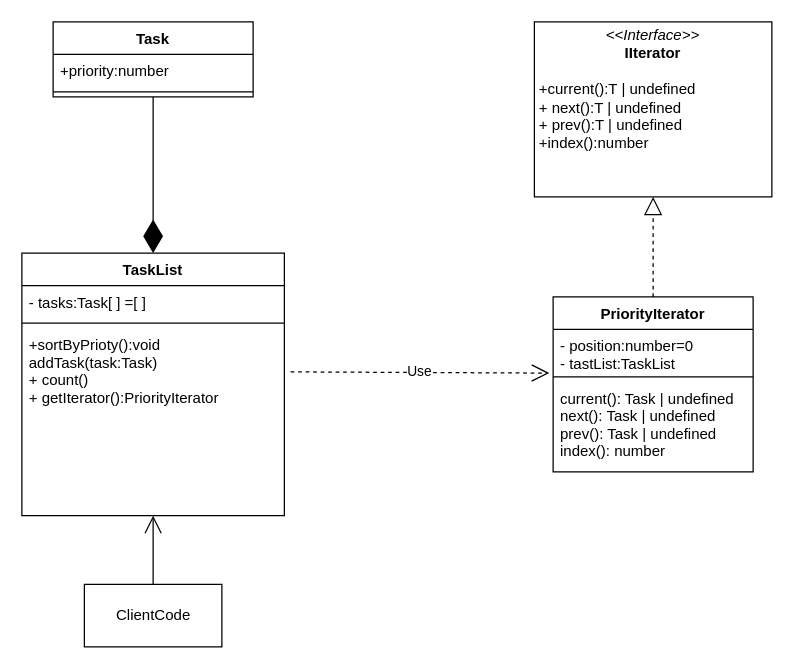
The draw.io diagram Behavioral/Iterator/Iterator.drawio in MichailDD/OOP, before the edit. Source tidied: cells renumbered, new cells numbered last; positions are measured from the earlier drawing's top-left corner, leaving out a move shared by most shapes. Both pictures are drawn from the tidied source at 125%, with x=0, y=0 at pixel (21, 21).
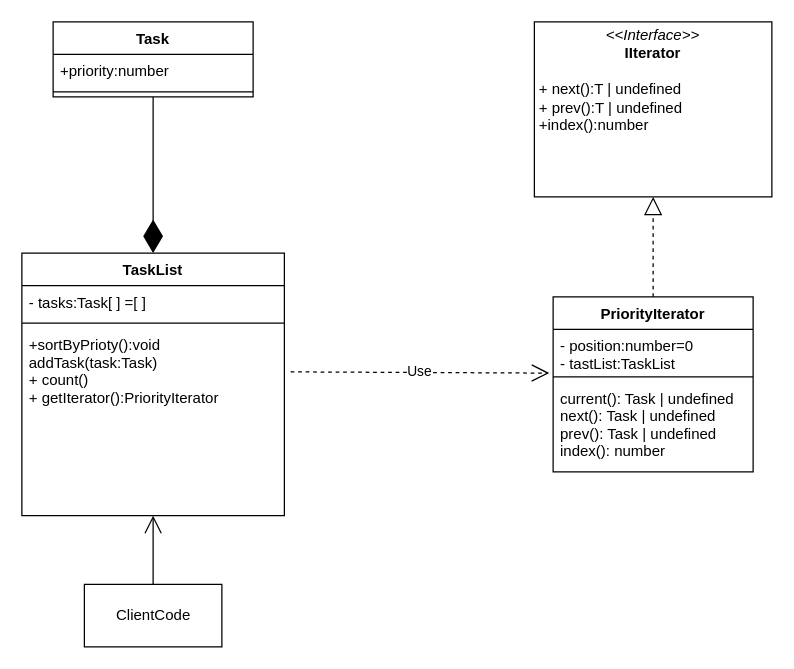
Above is the later version.

Change to the diagram source:
```diff
@@
 <mxGraphModel>
   <root>
     <mxCell id="0" />
     <mxCell id="1" parent="0" />
     <mxCell id="2" value="Task" style="swimlane;fontStyle=1;align=center;verticalAlign=top;horizontal=1;startSize=26;" parent="1" vertex="1">
       <mxGeometry x="25" width="160" height="60" as="geometry" />
     </mxCell>
     <mxCell id="3" value="+priority:number" style="text;strokeColor=none;fillColor=none;align=left;verticalAlign=top;spacingLeft=4;spacingRight=4;overflow=hidden;" parent="2" vertex="1">
       <mxGeometry y="26" width="160" height="26" as="geometry" />
     </mxCell>
     <mxCell id="4" style="line;strokeWidth=1;fillColor=none;align=left;verticalAlign=middle;spacingTop=-1;spacingLeft=3;spacingRight=3;labelPosition=right;strokeColor=inherit;" parent="2" vertex="1">
       <mxGeometry y="52" width="160" height="8" as="geometry" />
     </mxCell>
     <mxCell id="5" value="TaskList" style="swimlane;fontStyle=1;align=center;verticalAlign=top;horizontal=1;startSize=26;" parent="1" vertex="1">
       <mxGeometry y="185" width="210" height="210" as="geometry" />
     </mxCell>
     <mxCell id="6" value="- tasks:Task[ ] =[ ]" style="text;strokeColor=none;fillColor=none;align=left;verticalAlign=top;spacingLeft=4;spacingRight=4;overflow=hidden;" parent="5" vertex="1">
       <mxGeometry y="26" width="210" height="26" as="geometry" />
     </mxCell>
     <mxCell id="7" style="line;strokeWidth=1;fillColor=none;align=left;verticalAlign=middle;spacingTop=-1;spacingLeft=3;spacingRight=3;labelPosition=right;strokeColor=inherit;" parent="5" vertex="1">
       <mxGeometry y="52" width="210" height="8" as="geometry" />
     </mxCell>
     <mxCell id="8" value="+sortByPrioty():void&#10; addTask(task:Task)&#10;+ count()&#10;+ getIterator():PriorityIterator" style="text;strokeColor=none;fillColor=none;align=left;verticalAlign=top;spacingLeft=4;spacingRight=4;overflow=hidden;points=[[0,0.5],[1,0.5]];portConstraint=eastwest;" parent="5" vertex="1">
       <mxGeometry y="60" width="210" height="150" as="geometry" />
     </mxCell>
-    <mxCell id="9" value="&lt;p style=&quot;margin:0px;margin-top:4px;text-align:center;&quot;&gt;&lt;i&gt;&amp;lt;&amp;lt;Interface&amp;gt;&amp;gt;&lt;/i&gt;&lt;br&gt;&lt;b&gt;IIterator&lt;/b&gt;&lt;/p&gt;&lt;p style=&quot;margin:0px;margin-left:4px;&quot;&gt;&lt;br&gt;&lt;/p&gt;&lt;p style=&quot;margin:0px;margin-left:4px;&quot;&gt;+current():T | undefined&lt;br&gt;+ next():T | undefined&lt;br&gt;+&amp;nbsp;prev():T | undefined&lt;br&gt;+index():number&lt;/p&gt;" style="verticalAlign=top;align=left;overflow=fill;fontSize=12;fontFamily=Helvetica;html=1;" parent="1" vertex="1">
+    <mxCell id="9" value="&lt;p style=&quot;margin:0px;margin-top:4px;text-align:center;&quot;&gt;&lt;i&gt;&amp;lt;&amp;lt;Interface&amp;gt;&amp;gt;&lt;/i&gt;&lt;br&gt;&lt;b&gt;IIterator&lt;/b&gt;&lt;/p&gt;&lt;p style=&quot;margin:0px;margin-left:4px;&quot;&gt;&lt;br&gt;&lt;/p&gt;&lt;p style=&quot;margin:0px;margin-left:4px;&quot;&gt;+ next():T | undefined&lt;br&gt;+&amp;nbsp;prev():T | undefined&lt;br&gt;+index():number&lt;/p&gt;" style="verticalAlign=top;align=left;overflow=fill;fontSize=12;fontFamily=Helvetica;html=1;" parent="1" vertex="1">
       <mxGeometry x="410" width="190" height="140" as="geometry" />
     </mxCell>
     <mxCell id="10" value="PriorityIterator" style="swimlane;fontStyle=1;align=center;verticalAlign=top;horizontal=1;startSize=26;" parent="1" vertex="1">
       <mxGeometry x="425" y="220" width="160" height="140" as="geometry" />
     </mxCell>
     <mxCell id="11" value="- position:number=0&#10;    - tastList:TaskList" style="text;strokeColor=none;fillColor=none;align=left;verticalAlign=top;spacingLeft=4;spacingRight=4;overflow=hidden;points=[[0,0.5],[1,0.5]];portConstraint=eastwest;" parent="10" vertex="1">
       <mxGeometry y="26" width="160" height="34" as="geometry" />
     </mxCell>
     <mxCell id="12" style="line;strokeWidth=1;fillColor=none;align=left;verticalAlign=middle;spacingTop=-1;spacingLeft=3;spacingRight=3;labelPosition=right;strokeColor=inherit;" parent="10" vertex="1">
       <mxGeometry y="60" width="160" height="8" as="geometry" />
     </mxCell>
     <mxCell id="13" value="current(): Task | undefined&#10;next(): Task | undefined&#10;prev(): Task | undefined&#10;index(): number " style="text;strokeColor=none;fillColor=none;align=left;verticalAlign=top;spacingLeft=4;spacingRight=4;overflow=hidden;" parent="10" vertex="1">
       <mxGeometry y="68" width="160" height="72" as="geometry" />
     </mxCell>
     <mxCell id="14" style="endArrow=block;dashed=1;endFill=0;endSize=12;html=1;rounded=0;exitX=0.5;exitY=0;exitDx=0;exitDy=0;entryX=0.5;entryY=1;entryDx=0;entryDy=0;" parent="1" edge="1" source="10" target="9">
       <mxGeometry relative="1" as="geometry" />
     </mxCell>
     <mxCell id="15" style="endArrow=diamondThin;endFill=1;endSize=24;html=1;rounded=0;entryX=0.5;entryY=0;entryDx=0;entryDy=0;exitX=0.5;exitY=1;exitDx=0;exitDy=0;" parent="1" edge="1" source="2" target="5">
       <mxGeometry relative="1" as="geometry" />
     </mxCell>
     <mxCell id="16" value="Use" style="endArrow=open;endSize=12;dashed=1;html=1;rounded=0;entryX=-0.019;entryY=1.029;entryDx=0;entryDy=0;entryPerimeter=0;" parent="1" edge="1" target="11">
       <mxGeometry relative="1" as="geometry">
         <mxPoint x="215" y="280" as="sourcePoint" />
       </mxGeometry>
     </mxCell>
     <mxCell id="17" value="ClientCode" style="html=1;" parent="1" vertex="1">
       <mxGeometry x="50" y="450" width="110" height="50" as="geometry" />
     </mxCell>
     <mxCell id="18" style="endArrow=open;endFill=1;endSize=12;html=1;rounded=0;exitX=0.5;exitY=0;exitDx=0;exitDy=0;" parent="1" edge="1" source="17" target="8">
       <mxGeometry relative="1" as="geometry" />
     </mxCell>
   </root>
 </mxGraphModel>
```
